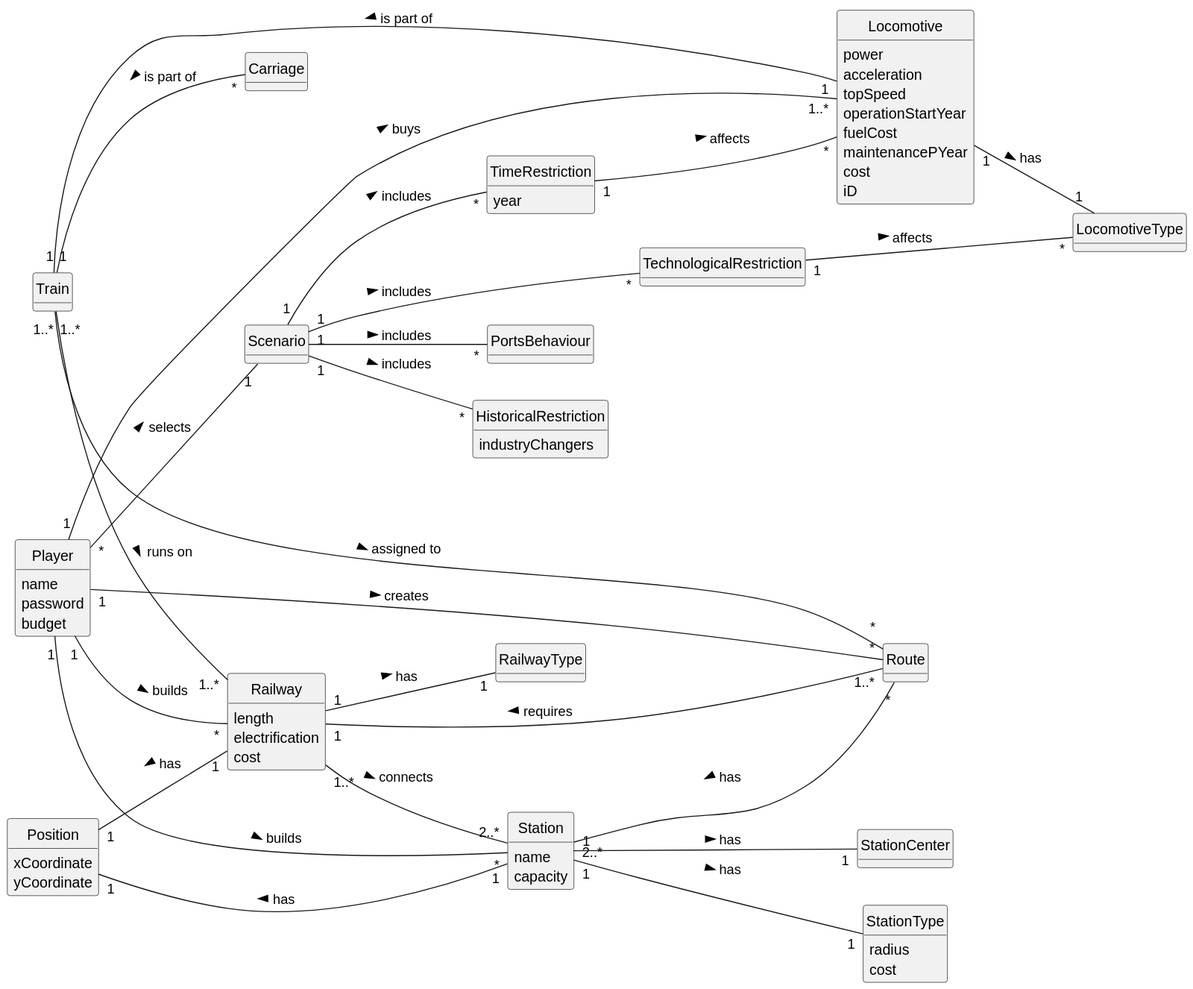
Above: Sprint2/US014/02.analysis/svg/US014-DM.svg in 1240935/pi2-railway-simulator (PlantUML), before the change.
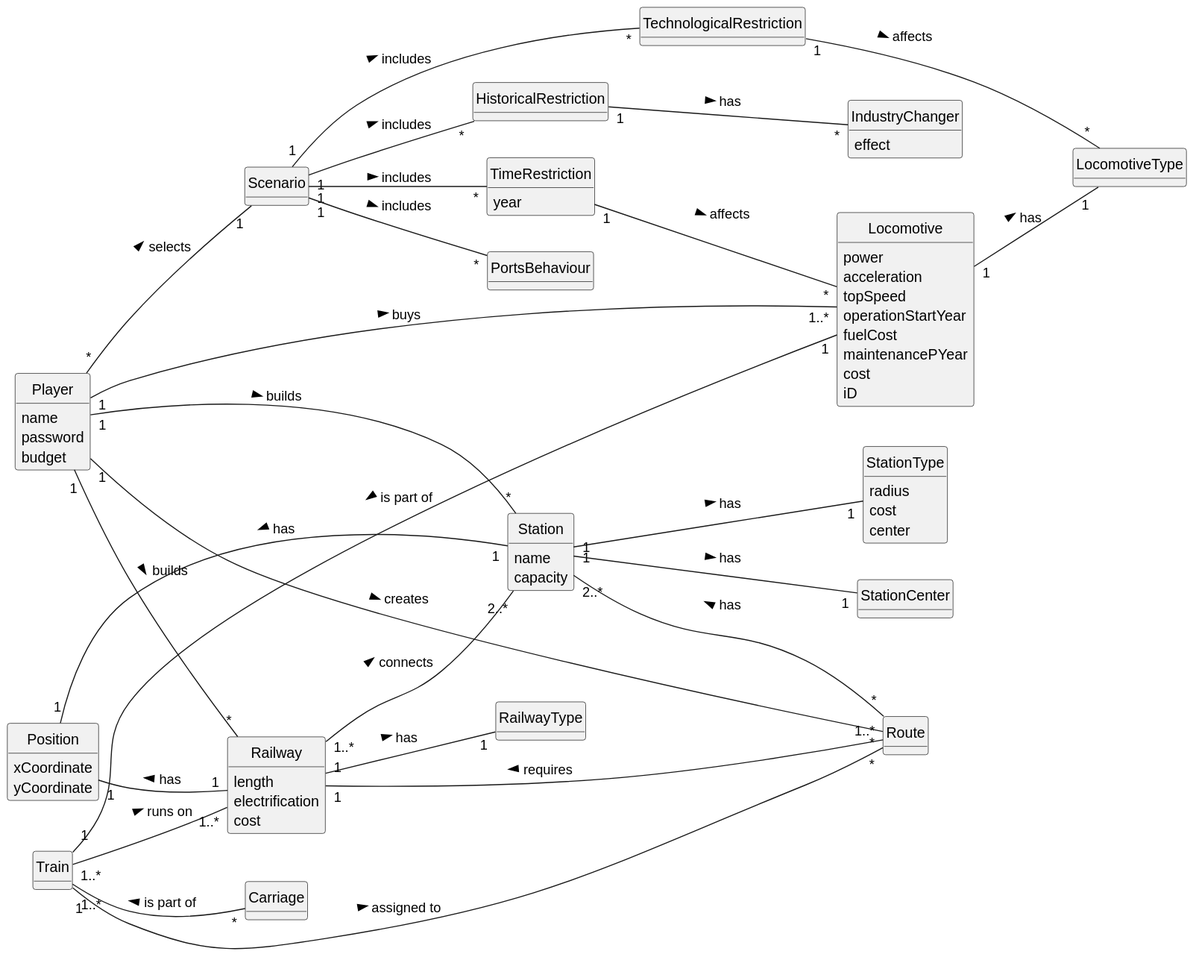
Above is the later version.

What changed in the source:
```diff
@@ -36,12 +36,10 @@
     capacity
 }
 
-class StationCenter{
-}
-
 class StationType{
     radius
     cost
+    center
 }
 
 class Railway{
@@ -65,7 +63,6 @@
 }
 
 class HistoricalRestriction{
-    industryChangers
 }
 
 class TimeRestriction{
@@ -76,6 +73,10 @@
 }
 
 class PortsBehaviour{
+}
+
+class IndustryChanger{
+    effect
 }
 
 Player "*" -- "1" Scenario : selects >
@@ -91,6 +92,7 @@
 
 TimeRestriction "1" -- "*" Locomotive: affects >
 TechnologicalRestriction "1" -- "*" LocomotiveType: affects >
+HistoricalRestriction "1" -- "*" IndustryChanger: has >
 
 Position "1" -- "1" Station: has <
 Position "1" -- "1" Railway: has <
```
